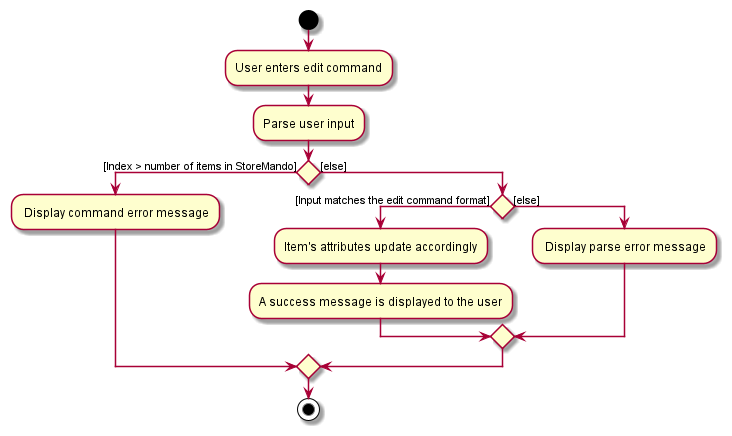
The PlantUML diagram docs/images/EditActivityDiagram.png in nus-cs2103-AY2021S2/tp, before a commit.
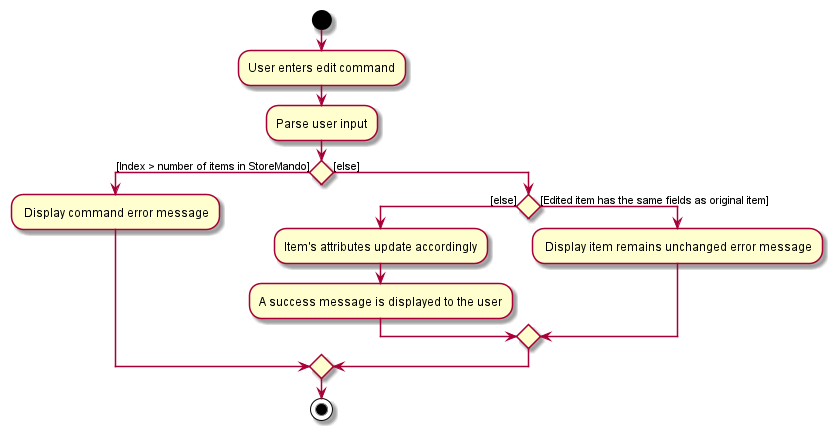
Later version of the same file.

Commit message:
Modify the second if else clause to be more specific

Diff of the diagram source:
```diff
@@ -6,11 +6,11 @@
 if () then ([Index > number of items in StoreMando])
     : Display command error message;
 else ([else])
-    if () then ([Input matches the edit command format])
+    if () then ([else])
         :Item's attributes update accordingly;
         :A success message is displayed to the user;
-    else ([else])
-        : Display parse error message;
+    else ([Edited item has the same fields as original item])
+        : Display item remains unchanged error message;
     endif
 endif
 stop
```
